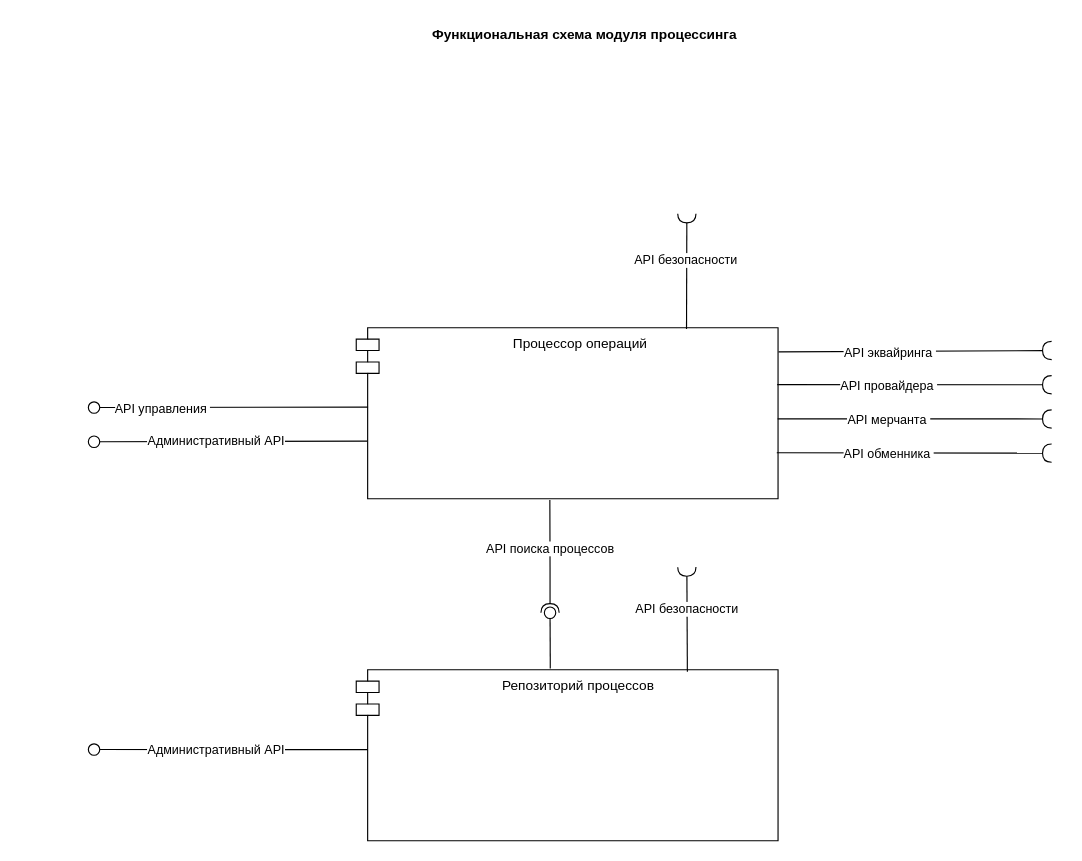
This is Концепция/Архитектура/Схемы/Модуль процессинга.drawio from juanmendes2626/Robokassa-3.0, a draw.io file, before an edit. Source tidied: cells renumbered, new cells numbered last; positions are measured from the earlier drawing's top-left corner, leaving out a move shared by most shapes. Both pictures are drawn from the tidied source at 114%, with x=0, y=0 at pixel (19, 19).
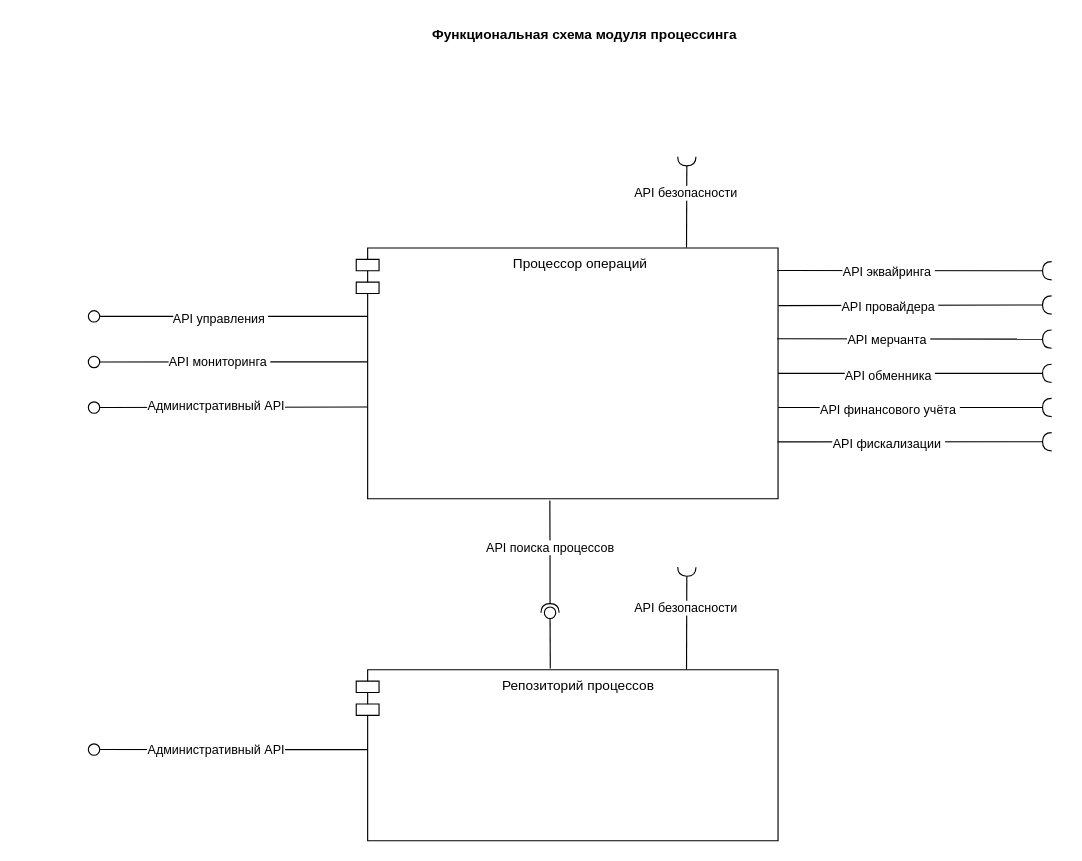
The same page after the edit.

Unchanged cells that the change refers to:
```xml
<mxCell id="3" value="Репозиторий процессов" style="shape=module;align=left;spacingLeft=20;align=center;verticalAlign=top;whiteSpace=wrap;html=1;" parent="1" vertex="1">
  <mxGeometry x="295" y="570" width="370" height="150" as="geometry" />
</mxCell>
```

The edit, as a diff of the source:
```diff
@@
     <mxCell id="2" value="&amp;nbsp;Процессор операций" style="shape=module;align=left;spacingLeft=20;align=center;verticalAlign=top;whiteSpace=wrap;html=1;" parent="1" vertex="1">
-      <mxGeometry x="295" y="270" width="370" height="150" as="geometry" />
+      <mxGeometry x="295" y="200" width="370" height="220" as="geometry" />
     </mxCell>
@@
-    <mxCell id="8" style="rounded=0;jettySize=auto;html=1;endArrow=oval;endFill=0;sketch=0;sourcePerimeterSpacing=0;targetPerimeterSpacing=0;endSize=10;exitX=0.028;exitY=0.464;exitDx=0;exitDy=0;exitPerimeter=0;" parent="1" edge="1" source="2">
+    <mxCell id="8" style="rounded=0;jettySize=auto;html=1;endArrow=oval;endFill=0;sketch=0;sourcePerimeterSpacing=0;targetPerimeterSpacing=0;endSize=10;exitX=0.026;exitY=0.454;exitDx=0;exitDy=0;exitPerimeter=0;" parent="1" edge="1" source="2">
       <mxGeometry relative="1" as="geometry">
-        <mxPoint x="65" y="340" as="targetPoint" />
+        <mxPoint x="65" y="300" as="targetPoint" />
       </mxGeometry>
     </mxCell>
-    <mxCell id="9" value="API&amp;nbsp;&lt;span style=&quot;background-color: light-dark(#ffffff, var(--ge-dark-color, #121212)); color: light-dark(rgb(0, 0, 0), rgb(255, 255, 255));&quot;&gt;управления&amp;nbsp;&lt;/span&gt;" style="edgeLabel;html=1;align=center;verticalAlign=middle;" parent="8" vertex="1">
-      <mxGeometry x="0.51" y="1" relative="1" as="geometry" />
+    <mxCell id="9" value="API&amp;nbsp;&lt;span style=&quot;background-color: light-dark(#ffffff, var(--ge-dark-color, #121212)); color: light-dark(rgb(0, 0, 0), rgb(255, 255, 255));&quot;&gt;мониторинга&amp;nbsp;&lt;/span&gt;" style="edgeLabel;html=1;align=center;verticalAlign=middle;" parent="8" vertex="1">
+      <mxGeometry x="0.51" y="1" relative="1" as="geometry">
+        <mxPoint x="51" y="-1" as="offset" />
+      </mxGeometry>
     </mxCell>
@@
-    <mxCell id="12" style="rounded=0;jettySize=auto;html=1;endArrow=halfCircle;endFill=0;endSize=6;strokeWidth=1;sketch=0;fontSize=12;curved=1;exitX=1.001;exitY=0.141;exitDx=0;exitDy=0;exitPerimeter=0;" parent="1" edge="1" source="2">
+    <mxCell id="12" style="rounded=0;jettySize=auto;html=1;endArrow=halfCircle;endFill=0;endSize=6;strokeWidth=1;sketch=0;fontSize=12;curved=1;exitX=0.998;exitY=0.09;exitDx=0;exitDy=0;exitPerimeter=0;" parent="1" edge="1" source="2">
       <mxGeometry relative="1" as="geometry">
-        <mxPoint x="905" y="290" as="targetPoint" />
+        <mxPoint x="905" y="220" as="targetPoint" />
       </mxGeometry>
     </mxCell>
@@
-    <mxCell id="15" style="rounded=0;jettySize=auto;html=1;endArrow=halfCircle;endFill=0;endSize=6;strokeWidth=1;sketch=0;fontSize=12;curved=1;exitX=0.998;exitY=0.333;exitDx=0;exitDy=0;exitPerimeter=0;" parent="1" edge="1" source="2">
+    <mxCell id="15" style="rounded=0;jettySize=auto;html=1;endArrow=halfCircle;endFill=0;endSize=6;strokeWidth=1;sketch=0;fontSize=12;curved=1;exitX=1.001;exitY=0.23;exitDx=0;exitDy=0;exitPerimeter=0;" parent="1" edge="1" source="2">
       <mxGeometry relative="1" as="geometry">
-        <mxPoint x="905" y="320" as="targetPoint" />
+        <mxPoint x="905" y="250" as="targetPoint" />
       </mxGeometry>
     </mxCell>
@@
-    <mxCell id="17" style="rounded=0;jettySize=auto;html=1;endArrow=halfCircle;endFill=0;endSize=6;strokeWidth=1;sketch=0;fontSize=12;curved=1;exitX=0.999;exitY=0.533;exitDx=0;exitDy=0;exitPerimeter=0;" parent="1" edge="1" source="2">
+    <mxCell id="17" style="rounded=0;jettySize=auto;html=1;endArrow=halfCircle;endFill=0;endSize=6;strokeWidth=1;sketch=0;fontSize=12;curved=1;exitX=0.998;exitY=0.362;exitDx=0;exitDy=0;exitPerimeter=0;" parent="1" edge="1" source="2">
       <mxGeometry relative="1" as="geometry">
-        <mxPoint x="905" y="350" as="targetPoint" />
+        <mxPoint x="905" y="280" as="targetPoint" />
       </mxGeometry>
     </mxCell>
@@
-    <mxCell id="19" style="rounded=0;jettySize=auto;html=1;endArrow=halfCircle;endFill=0;endSize=6;strokeWidth=1;sketch=0;fontSize=12;curved=1;exitX=0.997;exitY=0.731;exitDx=0;exitDy=0;exitPerimeter=0;" parent="1" edge="1" source="2">
+    <mxCell id="19" style="rounded=0;jettySize=auto;html=1;endArrow=halfCircle;endFill=0;endSize=6;strokeWidth=1;sketch=0;fontSize=12;curved=1;exitX=1;exitY=0.5;exitDx=0;exitDy=0;" parent="1" edge="1" source="2">
       <mxGeometry relative="1" as="geometry">
-        <mxPoint x="905" y="380" as="targetPoint" />
+        <mxPoint x="905" y="310" as="targetPoint" />
       </mxGeometry>
     </mxCell>
@@
-    <mxCell id="21" style="rounded=0;jettySize=auto;html=1;endArrow=halfCircle;endFill=0;endSize=6;strokeWidth=1;sketch=0;fontSize=12;curved=1;exitX=0.783;exitY=0.007;exitDx=0;exitDy=0;exitPerimeter=0;" parent="1" edge="1" source="2">
+    <mxCell id="21" style="rounded=0;jettySize=auto;html=1;endArrow=halfCircle;endFill=0;endSize=6;strokeWidth=1;sketch=0;fontSize=12;curved=1;exitX=0.783;exitY=-0.002;exitDx=0;exitDy=0;exitPerimeter=0;" parent="1" edge="1" source="2">
       <mxGeometry relative="1" as="geometry">
-        <mxPoint x="585" y="170" as="targetPoint" />
+        <mxPoint x="585" y="120" as="targetPoint" />
       </mxGeometry>
     </mxCell>
@@
-    <mxCell id="27" style="rounded=0;jettySize=auto;html=1;endArrow=oval;endFill=0;sketch=0;sourcePerimeterSpacing=0;targetPerimeterSpacing=0;endSize=10;exitX=0.026;exitY=0.663;exitDx=0;exitDy=0;exitPerimeter=0;" parent="1" edge="1" source="2">
+    <mxCell id="27" style="rounded=0;jettySize=auto;html=1;endArrow=oval;endFill=0;sketch=0;sourcePerimeterSpacing=0;targetPerimeterSpacing=0;endSize=10;exitX=0.027;exitY=0.634;exitDx=0;exitDy=0;exitPerimeter=0;" parent="1" edge="1" source="2">
       <mxGeometry relative="1" as="geometry">
-        <mxPoint x="65" y="370" as="targetPoint" />
+        <mxPoint x="65" y="340" as="targetPoint" />
       </mxGeometry>
     </mxCell>
@@
-    <mxCell id="29" style="rounded=0;jettySize=auto;html=1;endArrow=halfCircle;endFill=0;endSize=6;strokeWidth=1;sketch=0;fontSize=12;curved=1;exitX=0.785;exitY=0.011;exitDx=0;exitDy=0;exitPerimeter=0;" parent="1" edge="1" source="3">
+    <mxCell id="29" style="rounded=0;jettySize=auto;html=1;endArrow=halfCircle;endFill=0;endSize=6;strokeWidth=1;sketch=0;fontSize=12;curved=1;exitX=0.783;exitY=-0.002;exitDx=0;exitDy=0;exitPerimeter=0;" parent="1" edge="1" source="3">
       <mxGeometry relative="1" as="geometry">
         <mxPoint x="585" y="480" as="targetPoint" />
       </mxGeometry>
     </mxCell>
@@
+    <mxCell id="32" style="rounded=0;orthogonalLoop=1;jettySize=auto;html=1;endArrow=halfCircle;endFill=0;endSize=6;strokeWidth=1;sketch=0;fontSize=12;curved=1;" parent="1" edge="1">
+      <mxGeometry relative="1" as="geometry">
+        <mxPoint x="665" y="340" as="sourcePoint" />
+        <mxPoint x="905" y="340" as="targetPoint" />
+      </mxGeometry>
+    </mxCell>
+    <mxCell id="33" value="API финансового учёта&amp;nbsp;" style="edgeLabel;html=1;align=center;verticalAlign=middle;" parent="32" vertex="1">
+      <mxGeometry x="-0.19" y="-1" relative="1" as="geometry" />
+    </mxCell>
+    <mxCell id="34" style="rounded=0;jettySize=auto;html=1;endArrow=halfCircle;endFill=0;endSize=6;strokeWidth=1;sketch=0;fontSize=12;curved=1;exitX=0.999;exitY=0.773;exitDx=0;exitDy=0;exitPerimeter=0;" parent="1" edge="1" source="2">
+      <mxGeometry relative="1" as="geometry">
+        <mxPoint x="905" y="370" as="targetPoint" />
+      </mxGeometry>
+    </mxCell>
+    <mxCell id="35" value="API фискализации&amp;nbsp;" style="edgeLabel;html=1;align=center;verticalAlign=middle;" parent="34" vertex="1">
+      <mxGeometry x="-0.19" y="-1" relative="1" as="geometry" />
+    </mxCell>
+    <mxCell id="36" style="rounded=0;orthogonalLoop=1;jettySize=auto;html=1;endArrow=oval;endFill=0;sketch=0;sourcePerimeterSpacing=0;targetPerimeterSpacing=0;endSize=10;exitX=0.026;exitY=0.454;exitDx=0;exitDy=0;exitPerimeter=0;" parent="1" edge="1">
+      <mxGeometry relative="1" as="geometry">
+        <mxPoint x="305" y="260" as="sourcePoint" />
+        <mxPoint x="65" y="260" as="targetPoint" />
+      </mxGeometry>
+    </mxCell>
+    <mxCell id="37" value="API&amp;nbsp;&lt;span style=&quot;background-color: light-dark(#ffffff, var(--ge-dark-color, #121212)); color: light-dark(rgb(0, 0, 0), rgb(255, 255, 255));&quot;&gt;управления&amp;nbsp;&lt;/span&gt;" style="edgeLabel;html=1;align=center;verticalAlign=middle;" parent="36" vertex="1">
+      <mxGeometry x="0.51" y="1" relative="1" as="geometry">
+        <mxPoint x="51" as="offset" />
+      </mxGeometry>
+    </mxCell>
```
